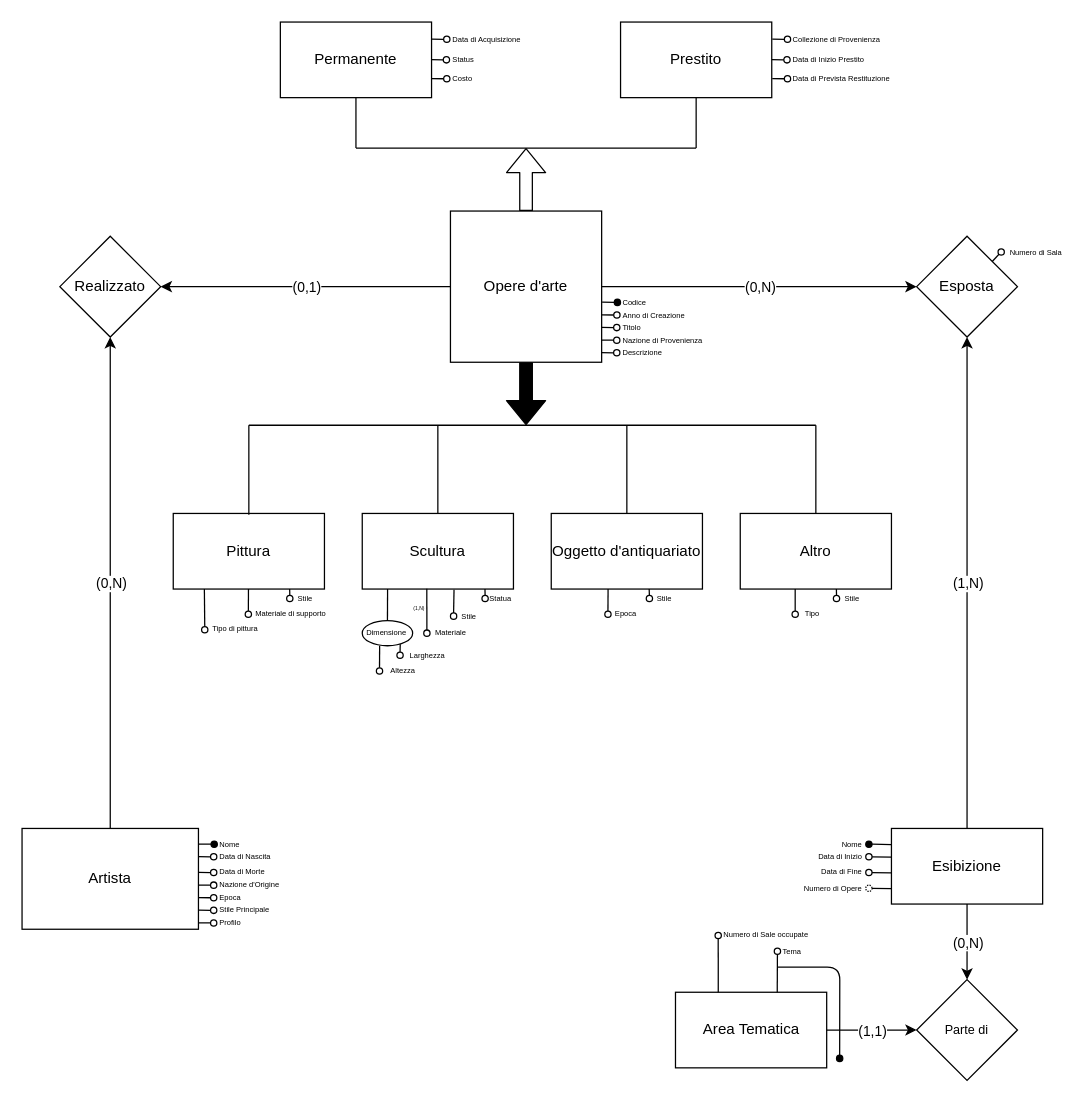
Earlier version of the draw.io diagram diagramma er.drawio (Lord-Feder/Base-di-dati). Source tidied: cells renumbered, new cells numbered last; positions are measured from the earlier drawing's top-left corner, leaving out a move shared by most shapes. Both pictures are drawn from the tidied source at 126%, with x=0, y=0 at pixel (21, 21).
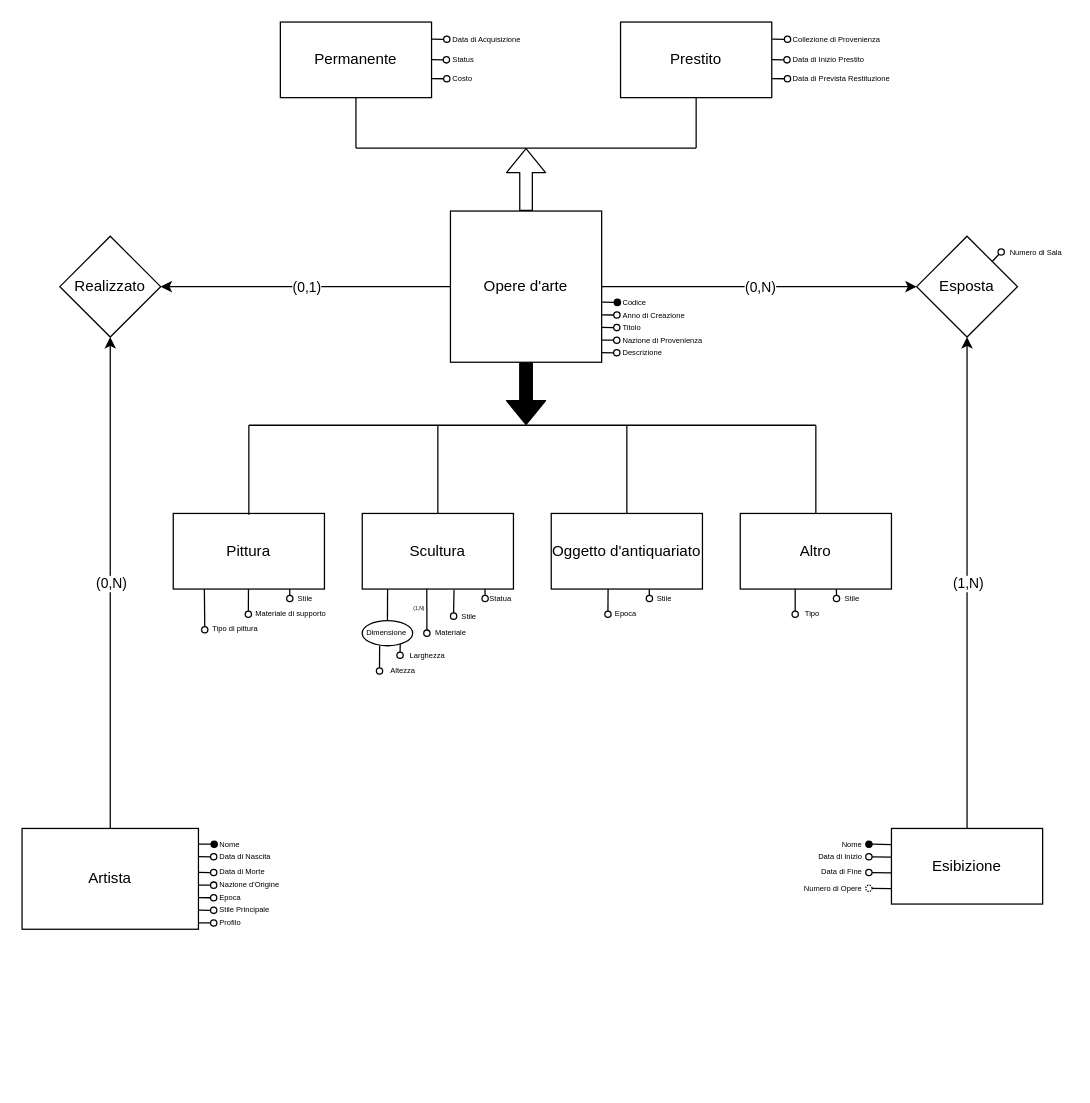
Above is the later version.

Unchanged cells that the change refers to:
```xml
<mxCell id="4" value="Esibizione" style="rounded=0;whiteSpace=wrap;html=1;" parent="1" vertex="1">
  <mxGeometry x="690" y="640" width="120" height="60" as="geometry" />
</mxCell>
```

What changed in the source:
```diff
@@
-    <mxCell id="139" value="&lt;font size=&quot;1&quot;&gt;Parte di&lt;/font&gt;" style="rhombus;whiteSpace=wrap;html=1;fontSize=4;align=center;" parent="1" vertex="1">
-      <mxGeometry x="710" y="760" width="80" height="80" as="geometry" />
-    </mxCell>
-    <mxCell id="140" value="Area Tematica" style="rounded=0;whiteSpace=wrap;html=1;fontSize=12;align=center;" parent="1" vertex="1">
-      <mxGeometry x="518.6" y="770" width="120" height="60" as="geometry" />
-    </mxCell>
-    <mxCell id="141" style="endArrow=classic;html=1;fillColor=#000000;entryX=0.5;entryY=0;entryDx=0;entryDy=0;exitX=0.5;exitY=1;exitDx=0;exitDy=0;" parent="1" edge="1" source="4" target="139">
-      <mxGeometry relative="1" as="geometry" />
-    </mxCell>
-    <mxCell id="142" value="(0,N)" style="edgeLabel;html=1;align=center;verticalAlign=middle;" parent="141" vertex="1">
-      <mxGeometry relative="1" as="geometry" />
-    </mxCell>
-    <mxCell id="143" style="endArrow=classic;html=1;fillColor=#000000;entryX=0;entryY=0.5;entryDx=0;entryDy=0;exitX=1;exitY=0.5;exitDx=0;exitDy=0;" parent="1" edge="1" source="140" target="139">
-      <mxGeometry relative="1" as="geometry" />
-    </mxCell>
-    <mxCell id="144" value="(1,1)" style="edgeLabel;html=1;align=center;verticalAlign=middle;" parent="143" vertex="1">
-      <mxGeometry relative="1" as="geometry" />
-    </mxCell>
-    <mxCell id="145" style="endArrow=none;html=1;fontSize=4;startArrow=none;" parent="1" edge="1" source="146">
-      <mxGeometry relative="1" as="geometry">
-        <mxPoint x="600" y="750" as="targetPoint" />
-        <Array as="points">
-          <mxPoint x="649" y="750" />
-        </Array>
-      </mxGeometry>
-    </mxCell>
-    <mxCell id="146" style="ellipse;whiteSpace=wrap;html=1;fillColor=#000000;" parent="1" vertex="1">
-      <mxGeometry x="646.4" y="820" width="5" height="5" as="geometry" />
-    </mxCell>
-    <mxCell id="147" style="endArrow=none;html=1;fontSize=4;" parent="1" edge="1" target="146">
-      <mxGeometry relative="1" as="geometry">
-        <mxPoint x="650" y="820" as="sourcePoint" />
-      </mxGeometry>
-    </mxCell>
-    <mxCell id="148" style="endArrow=none;html=1;entryX=0.5;entryY=1;entryDx=0;entryDy=0;exitX=0.673;exitY=0.001;exitDx=0;exitDy=0;exitPerimeter=0;" parent="1" edge="1" source="140" target="149">
-      <mxGeometry relative="1" as="geometry" />
-    </mxCell>
-    <mxCell id="149" style="ellipse;whiteSpace=wrap;html=1;fillColor=none;" parent="1" vertex="1">
-      <mxGeometry x="597" y="735" width="5" height="5" as="geometry" />
-    </mxCell>
-    <mxCell id="150" value="Tema" style="text;html=1;align=left;verticalAlign=middle;whiteSpace=wrap;rounded=0;shadow=0;fontSize=6;" parent="1" vertex="1">
-      <mxGeometry x="602" y="732.5" width="40" height="10" as="geometry" />
-    </mxCell>
-    <mxCell id="151" style="endArrow=none;html=1;entryX=0.5;entryY=1;entryDx=0;entryDy=0;exitX=0.283;exitY=0;exitDx=0;exitDy=0;exitPerimeter=0;" parent="1" edge="1" source="140" target="152">
-      <mxGeometry relative="1" as="geometry" />
-    </mxCell>
-    <mxCell id="152" style="ellipse;whiteSpace=wrap;html=1;fillColor=none;" parent="1" vertex="1">
-      <mxGeometry x="550" y="722.5" width="5" height="5" as="geometry" />
-    </mxCell>
-    <mxCell id="153" value="Numero di Sale occupate" style="text;html=1;align=left;verticalAlign=middle;whiteSpace=wrap;rounded=0;shadow=0;fontSize=6;" parent="1" vertex="1">
-      <mxGeometry x="555" y="720" width="75" height="10" as="geometry" />
-    </mxCell>
```
